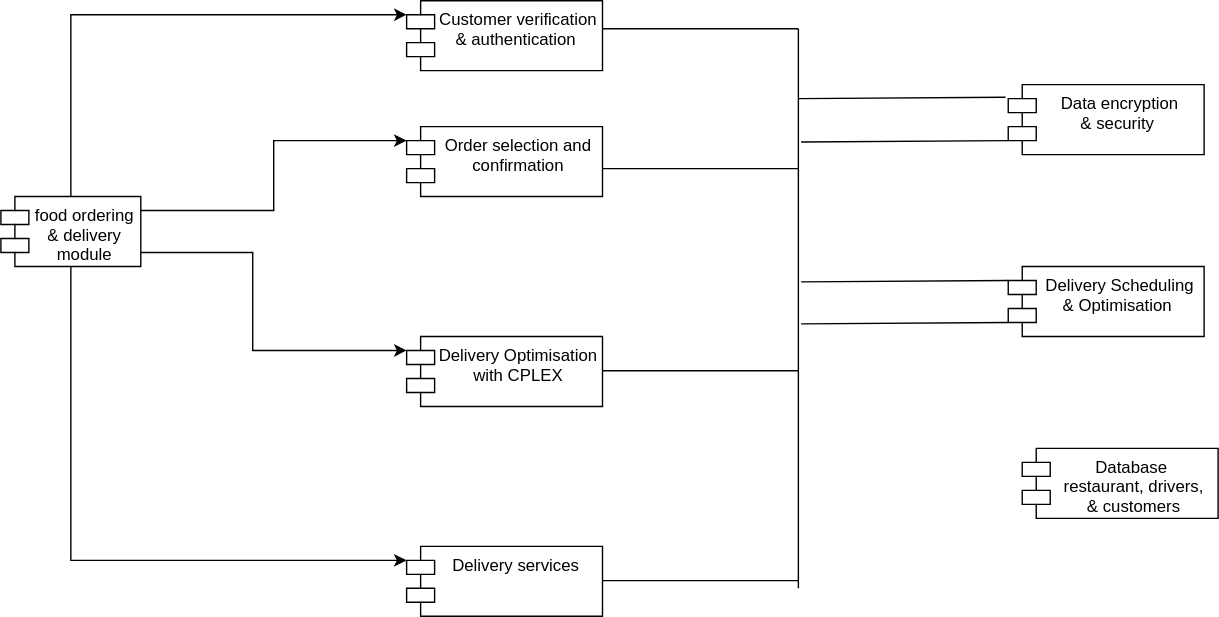
This is docs/assets/component Diagram.drawio.svg from ece567-fall21-team13/fresh-food, a draw.io export, as it was before one commit. Source tidied: cells renumbered, new cells last; positions are measured from the earlier drawing's top-left corner, leaving out a move shared by most shapes.
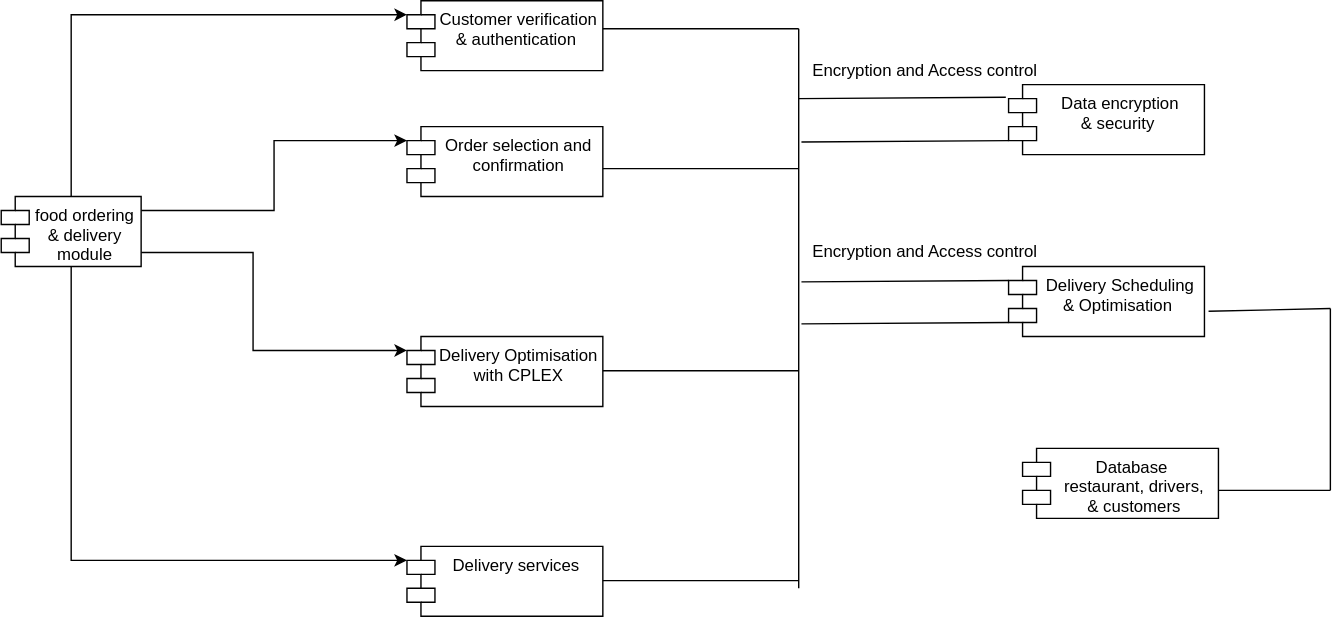
After the change.

Diff of the diagram source:
```diff
@@ -109,5 +109,28 @@
         <mxPoint x="720" y="230" as="targetPoint" />
       </mxGeometry>
     </mxCell>
+    <mxCell id="23" style="endArrow=none;html=1;rounded=0;" parent="1" edge="1">
+      <mxGeometry relative="1" as="geometry">
+        <mxPoint x="870" y="350" as="sourcePoint" />
+        <mxPoint x="950" y="350" as="targetPoint" />
+      </mxGeometry>
+    </mxCell>
+    <mxCell id="24" style="endArrow=none;html=1;rounded=0;" parent="1" edge="1">
+      <mxGeometry relative="1" as="geometry">
+        <mxPoint x="950" y="350" as="sourcePoint" />
+        <mxPoint x="950" y="220" as="targetPoint" />
+      </mxGeometry>
+    </mxCell>
+    <mxCell id="25" style="endArrow=none;html=1;rounded=0;exitX=1.021;exitY=0.64;exitDx=0;exitDy=0;exitPerimeter=0;" parent="1" edge="1" source="13">
+      <mxGeometry relative="1" as="geometry">
+        <mxPoint x="950" y="220" as="targetPoint" />
+      </mxGeometry>
+    </mxCell>
+    <mxCell id="26" value="Encryption and Access control&lt;br&gt;" style="text;html=1;align=center;verticalAlign=middle;strokeColor=none;fillColor=none;" parent="1" vertex="1">
+      <mxGeometry x="570" y="40" width="180" height="20" as="geometry" />
+    </mxCell>
+    <mxCell id="27" value="Encryption and Access control&lt;br&gt;" style="text;html=1;align=center;verticalAlign=middle;strokeColor=none;fillColor=none;" parent="1" vertex="1">
+      <mxGeometry x="570" y="170" width="180" height="20" as="geometry" />
+    </mxCell>
   </root>
 </mxGraphModel>
```
